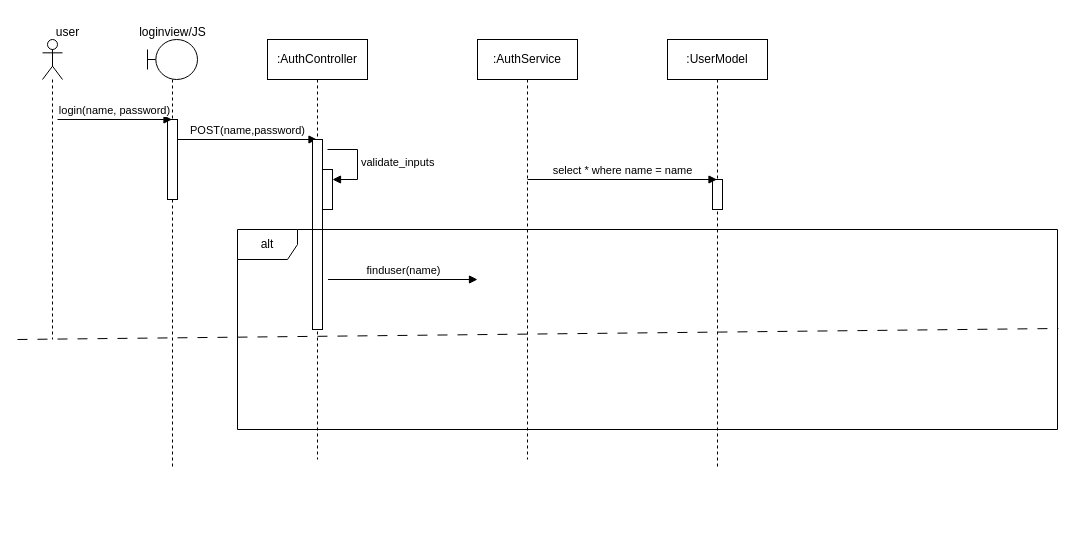
The draw.io diagram docs/diagram/sequence/Login.drawio in spiritou/MO_Data_Entry, before the edit. Source tidied: cells renumbered, new cells numbered last; positions are measured from the earlier drawing's top-left corner, leaving out a move shared by most shapes. Both pictures are drawn from the tidied source at 100%, with x=0, y=0 at pixel (17, 17).
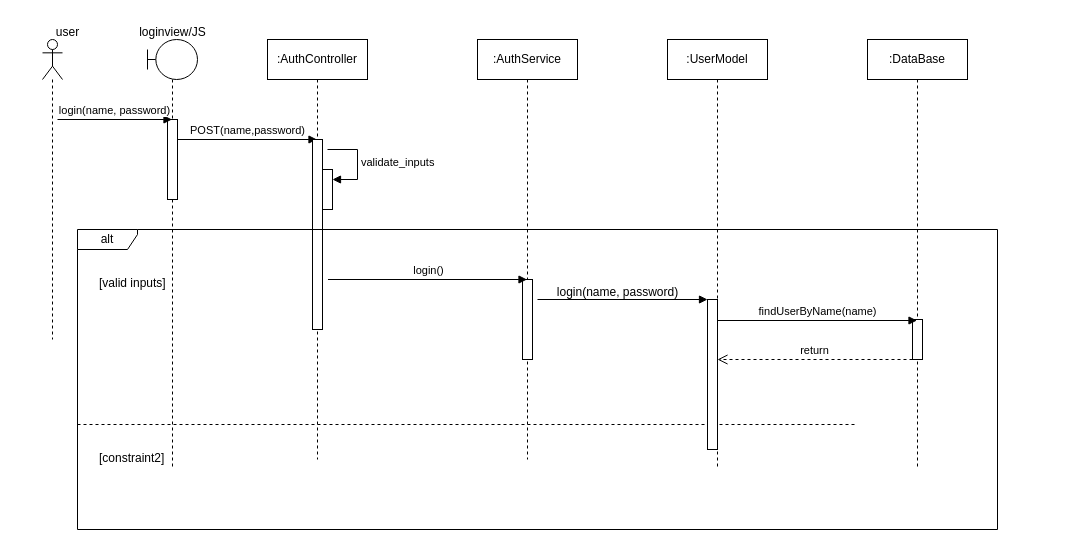
The same diagram, later.

Commit message:
still setting up sqce dgrm for the loggin process

The change refers to these unchanged cells:
```xml
<mxCell id="7" value=":AuthService" style="shape=umlLifeline;perimeter=lifelinePerimeter;whiteSpace=wrap;html=1;outlineConnect=0;portConstraint=eastwest;newEdgeStyle={&quot;curved&quot;:0,&quot;rounded&quot;:0};" parent="1" vertex="1">
  <mxGeometry x="460" y="22" width="100" height="420" as="geometry" />
</mxCell>
<mxCell id="8" value=":UserModel" style="shape=umlLifeline;perimeter=lifelinePerimeter;whiteSpace=wrap;html=1;outlineConnect=0;portConstraint=eastwest;newEdgeStyle={&quot;curved&quot;:0,&quot;rounded&quot;:0};" parent="1" vertex="1">
  <mxGeometry x="650" y="22" width="100" height="430" as="geometry" />
</mxCell>
```

The edit, as a diff of the source:
```diff
@@
+    <mxCell id="20" style="html=1;perimeter=orthogonalPerimeter;targetShapes=umlLifeline;newEdgeStyle={&quot;curved&quot;:0,&quot;rounded&quot;:0};" parent="7" vertex="1">
+      <mxGeometry x="45" y="240" width="10" height="80" as="geometry" />
+    </mxCell>
@@
-    <mxCell id="9" style="html=1;perimeter=orthogonalPerimeter;targetShapes=umlLifeline;newEdgeStyle={&quot;curved&quot;:0,&quot;rounded&quot;:0};" parent="8" vertex="1">
-      <mxGeometry x="45" y="140" width="10" height="30" as="geometry" />
-    </mxCell>
@@
-    <mxCell id="12" value="finduser(name)" style="html=1;verticalAlign=bottom;endArrow=block;curved=0;rounded=0;" parent="1" edge="1">
+    <mxCell id="12" value="login()" style="html=1;verticalAlign=bottom;endArrow=block;curved=0;rounded=0;" parent="1" edge="1" target="7">
       <mxGeometry relative="1" as="geometry">
         <mxPoint x="310.5" y="262" as="sourcePoint" />
-        <mxPoint x="460" y="262" as="targetPoint" />
       </mxGeometry>
     </mxCell>
-    <mxCell id="13" value="select * where name = name" style="html=1;verticalAlign=bottom;endArrow=block;curved=0;rounded=0;" parent="1" edge="1" target="8">
-      <mxGeometry relative="1" as="geometry">
-        <mxPoint x="510" y="162" as="sourcePoint" />
-      </mxGeometry>
-    </mxCell>
@@
+    <mxCell id="21" value="login(name, password)" style="text;html=1;align=center;verticalAlign=middle;strokeColor=none;fillColor=none;" parent="1" vertex="1">
+      <mxGeometry x="530" y="260" width="140" height="30" as="geometry" />
+    </mxCell>
+    <mxCell id="22" value=":DataBase" style="shape=umlLifeline;perimeter=lifelinePerimeter;whiteSpace=wrap;html=1;outlineConnect=0;portConstraint=eastwest;newEdgeStyle={&quot;curved&quot;:0,&quot;rounded&quot;:0};" parent="1" vertex="1">
+      <mxGeometry x="850" y="22" width="100" height="430" as="geometry" />
+    </mxCell>
+    <mxCell id="23" style="html=1;perimeter=orthogonalPerimeter;targetShapes=umlLifeline;newEdgeStyle={&quot;curved&quot;:0,&quot;rounded&quot;:0};" parent="22" vertex="1">
+      <mxGeometry x="45" y="280" width="10" height="40" as="geometry" />
+    </mxCell>
-    <mxCell id="18" value="alt" style="shape=umlFrame;whiteSpace=wrap;html=1;" parent="1" vertex="1">
-      <mxGeometry x="220" y="212" width="820" height="200" as="geometry" />
+    <mxCell id="18" value="alt" style="shape=umlFrame;whiteSpace=wrap;html=1;width=60;height=20;" parent="1" vertex="1">
+      <mxGeometry x="60" y="212" width="920" height="300" as="geometry" />
     </mxCell>
-    <mxCell id="19" style="endArrow=none;startArrow=none;endFill=0;startFill=0;endSize=8;html=1;verticalAlign=bottom;dashed=1;labelBackgroundColor=none;dashPattern=10 10;entryX=1.001;entryY=0.495;entryDx=0;entryDy=0;entryPerimeter=0;" parent="1" edge="1" target="18">
-      <mxGeometry relative="1" as="geometry">
-        <mxPoint y="322" as="sourcePoint" />
-      </mxGeometry>
-    </mxCell>
+    <mxCell id="24" value="[valid inputs]" style="text;html=1;" parent="18" vertex="1">
+      <mxGeometry width="100" height="20" relative="1" as="geometry">
+        <mxPoint x="20" y="40" as="offset" />
+      </mxGeometry>
+    </mxCell>
+    <mxCell id="25" value="[constraint2]" style="line;strokeWidth=1;dashed=1;labelPosition=center;verticalLabelPosition=bottom;align=left;verticalAlign=top;spacingLeft=20;spacingTop=15;html=1;whiteSpace=wrap;" parent="18" vertex="1">
+      <mxGeometry y="190" width="780" height="10" as="geometry" />
+    </mxCell>
+    <mxCell id="26" style="html=1;points=[[0,0,0,0,5],[0,1,0,0,-5],[1,0,0,0,5],[1,1,0,0,-5]];perimeter=orthogonalPerimeter;outlineConnect=0;targetShapes=umlLifeline;portConstraint=eastwest;newEdgeStyle={&quot;curved&quot;:0,&quot;rounded&quot;:0};" parent="18" vertex="1">
+      <mxGeometry x="630" y="70" width="10" height="150" as="geometry" />
+    </mxCell>
+    <mxCell id="27" value="return" style="html=1;verticalAlign=bottom;endArrow=open;dashed=1;endSize=8;curved=0;rounded=0;exitX=0;exitY=1;exitDx=0;exitDy=-5;exitPerimeter=0;" parent="18" edge="1">
+      <mxGeometry relative="1" as="geometry">
+        <mxPoint x="835" y="130" as="sourcePoint" />
+        <mxPoint x="640" y="130" as="targetPoint" />
+      </mxGeometry>
+    </mxCell>
+    <mxCell id="28" style="html=1;verticalAlign=bottom;labelBackgroundColor=none;endArrow=block;endFill=1;" parent="18" edge="1">
+      <mxGeometry relative="1" as="geometry">
+        <mxPoint x="460" y="70" as="sourcePoint" />
+        <mxPoint x="630" y="70" as="targetPoint" />
+      </mxGeometry>
+    </mxCell>
+    <mxCell id="29" value="findUserByName(name)" style="html=1;verticalAlign=bottom;endArrow=block;curved=0;rounded=0;exitX=1;exitY=0.14;exitDx=0;exitDy=0;exitPerimeter=0;" parent="1" edge="1" source="26" target="22">
+      <mxGeometry relative="1" as="geometry" />
+    </mxCell>
```
